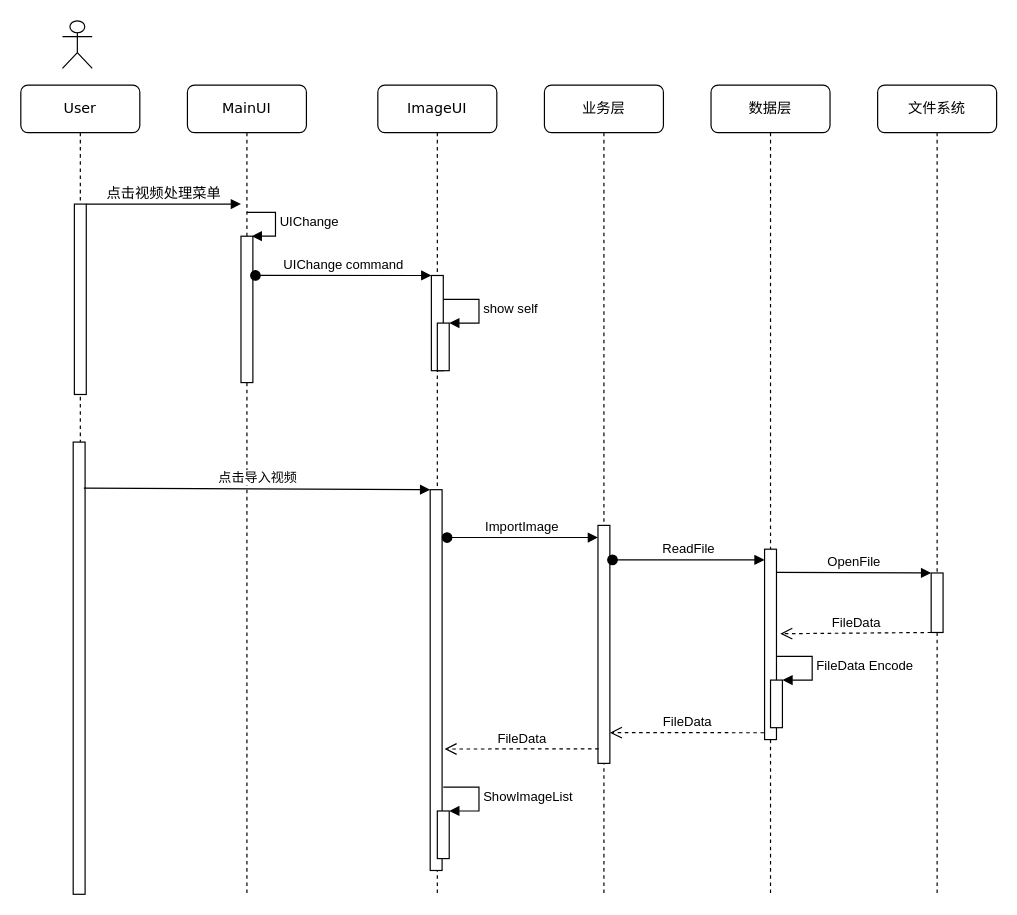
This is page "文件上传时序" (1 of 2) of Untitled Diagram.drawio from FashionSuperman/file, a draw.io file, before an edit. Source tidied: cells renumbered, new cells numbered last; positions are measured from the earlier drawing's top-left corner, leaving out a move shared by most shapes. Both pictures are drawn from the tidied source at 119%, with x=0, y=0 at pixel (20, 20).
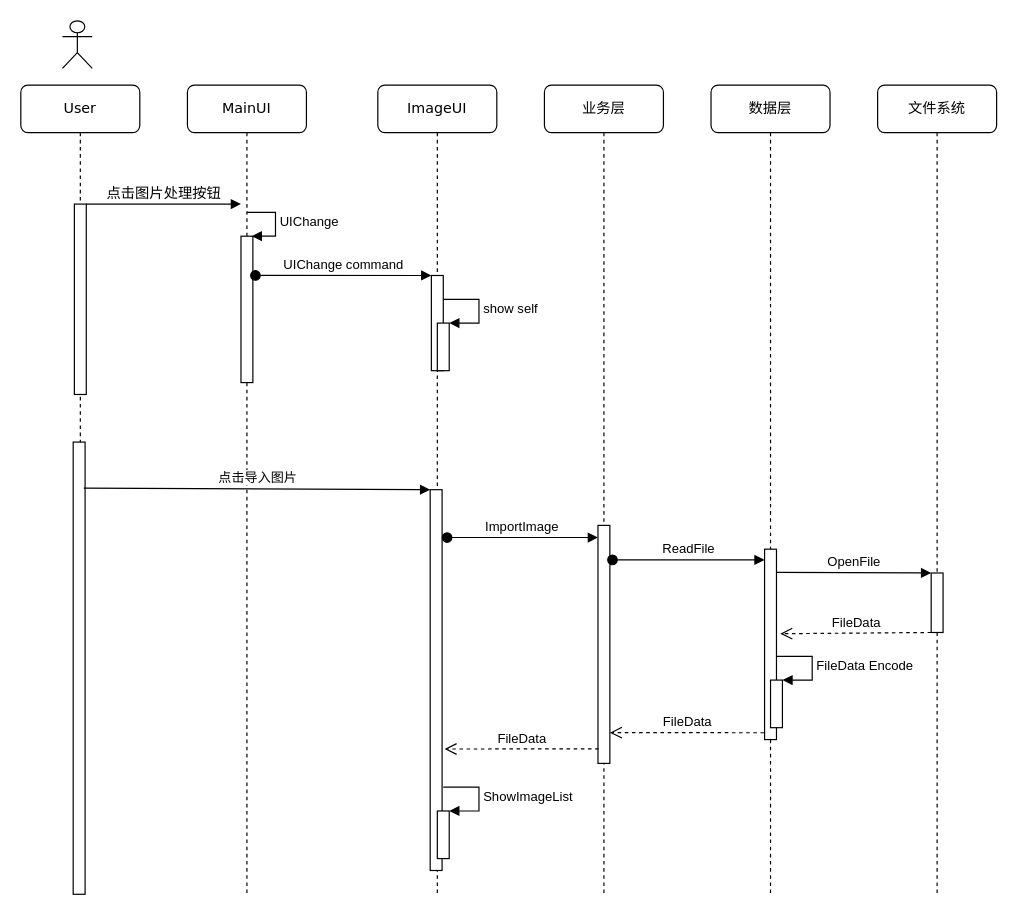
Above is the later version.

The change refers to these unchanged cells:
```xml
<mxCell id="9" style="html=1;points=[];perimeter=orthogonalPerimeter;" parent="5" vertex="1">
  <mxGeometry x="44" y="340" width="10" height="320" as="geometry" />
</mxCell>
<mxCell id="21" style="html=1;points=[];perimeter=orthogonalPerimeter;rounded=0;shadow=0;comic=0;labelBackgroundColor=none;strokeWidth=1;fontFamily=Verdana;fontSize=12;align=center;" parent="20" vertex="1">
  <mxGeometry x="45" y="100" width="10" height="160" as="geometry" />
</mxCell>
<mxCell id="22" style="html=1;points=[];perimeter=orthogonalPerimeter;" parent="20" vertex="1">
  <mxGeometry x="44" y="300" width="10" height="380" as="geometry" />
</mxCell>
```

What changed in the source:
```diff
@@
-    <mxCell id="23" value="点击视频处理菜单" style="html=1;verticalAlign=bottom;endArrow=block;entryX=0;entryY=0;labelBackgroundColor=none;fontFamily=Verdana;fontSize=12;edgeStyle=elbowEdgeStyle;elbow=vertical;" parent="1" edge="1" source="21">
+    <mxCell id="23" value="点击图片处理按钮" style="html=1;verticalAlign=bottom;endArrow=block;entryX=0;entryY=0;labelBackgroundColor=none;fontFamily=Verdana;fontSize=12;edgeStyle=elbowEdgeStyle;elbow=vertical;" parent="1" edge="1" source="21">
       <mxGeometry relative="1" as="geometry">
         <mxPoint x="185" y="154" as="targetPoint" />
       </mxGeometry>
     </mxCell>
@@
-    <mxCell id="26" value="点击导入视频" style="html=1;verticalAlign=bottom;endArrow=block;entryX=0;entryY=0;rounded=0;exitX=0.895;exitY=0.102;exitDx=0;exitDy=0;exitPerimeter=0;" parent="1" edge="1" source="22" target="9">
+    <mxCell id="26" value="点击导入图片" style="html=1;verticalAlign=bottom;endArrow=block;entryX=0;entryY=0;rounded=0;exitX=0.895;exitY=0.102;exitDx=0;exitDy=0;exitPerimeter=0;" parent="1" edge="1" source="22" target="9">
       <mxGeometry relative="1" as="geometry" />
     </mxCell>
```
